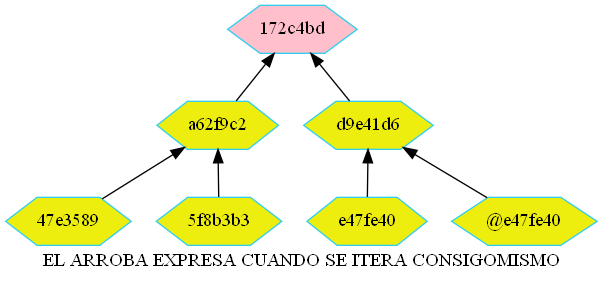
Above: merkle.png in betebetoven/EDDS2F2 (Graphviz), before the change. Its source is kept beside it as merkle.dot.
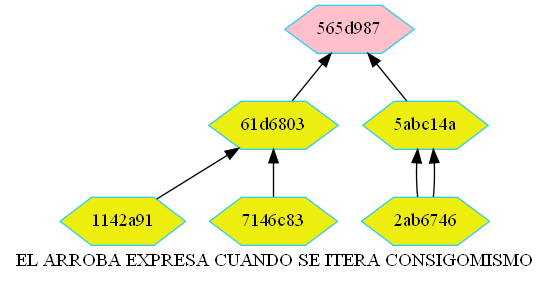
The same file after the commit.

Diff of the diagram source:
```diff
@@ -7,11 +7,11 @@
         node[color = "#31CEF0"]
         rankdir=BT;
 
-"47e3589" -> "a62f9c2"
-"5f8b3b3" -> "a62f9c2"
-"e47fe40" -> "d9e41d6"
-"@e47fe40" -> "d9e41d6"
-"a62f9c2" -> "172c4bd"
-"d9e41d6" -> "172c4bd"
-"172c4bd"[fillcolor="pink"]
+"1142a91" -> "61d6803"
+"7146c83" -> "61d6803"
+"2ab6746" -> "5abc14a"
+"2ab6746" -> "5abc14a"
+"61d6803" -> "565d987"
+"5abc14a" -> "565d987"
+"565d987"[fillcolor="pink"]
 }
```
